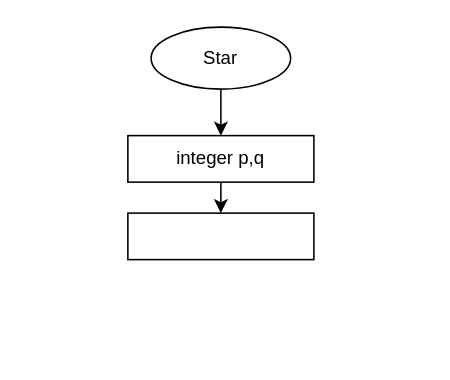
This is flowchart.drawio from maulliidda/MaulidaFP12, a draw.io file, before an edit. Source tidied: cells renumbered, new cells numbered last; positions are measured from the earlier drawing's top-left corner, leaving out a move shared by most shapes. Both pictures are drawn from the tidied source at 155%, with x=0, y=0 at pixel (127, 26).
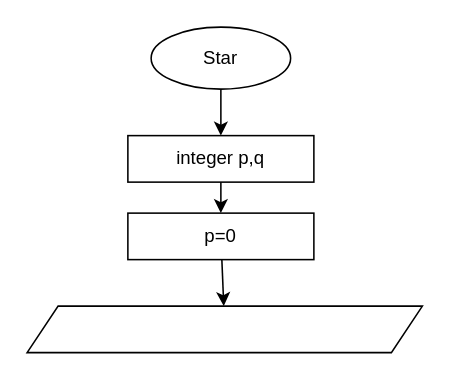
After the change.

Commit message:
Show the ouput if we add p=0

The edit, as a diff of the source:
```diff
@@
 <mxGraphModel>
   <root>
     <mxCell id="0" />
     <mxCell id="1" parent="0" />
     <mxCell id="2" style="edgeStyle=none;html=1;" parent="1" edge="1" source="3" target="5">
       <mxGeometry relative="1" as="geometry" />
     </mxCell>
     <mxCell id="3" value="Star" style="ellipse;whiteSpace=wrap;html=1;" parent="1" vertex="1">
       <mxGeometry x="15" width="90" height="40" as="geometry" />
     </mxCell>
     <mxCell id="4" style="edgeStyle=none;html=1;" parent="1" edge="1" source="5" target="6">
       <mxGeometry relative="1" as="geometry" />
     </mxCell>
     <mxCell id="5" value="integer p,q" style="whiteSpace=wrap;html=1;" parent="1" vertex="1">
       <mxGeometry y="70" width="120" height="30" as="geometry" />
     </mxCell>
+    <mxCell id="7" style="edgeStyle=none;html=1;" parent="1" edge="1" source="6" target="8">
+      <mxGeometry relative="1" as="geometry" />
+    </mxCell>
-    <mxCell id="6" style="whiteSpace=wrap;html=1;" parent="1" vertex="1">
+    <mxCell id="6" value="p=0" style="whiteSpace=wrap;html=1;" parent="1" vertex="1">
       <mxGeometry y="120" width="120" height="30" as="geometry" />
     </mxCell>
+    <mxCell id="8" style="shape=parallelogram;perimeter=parallelogramPerimeter;whiteSpace=wrap;html=1;fixedSize=1;" parent="1" vertex="1">
+      <mxGeometry x="-65" y="180" width="255" height="30" as="geometry" />
+    </mxCell>
   </root>
 </mxGraphModel>
```
